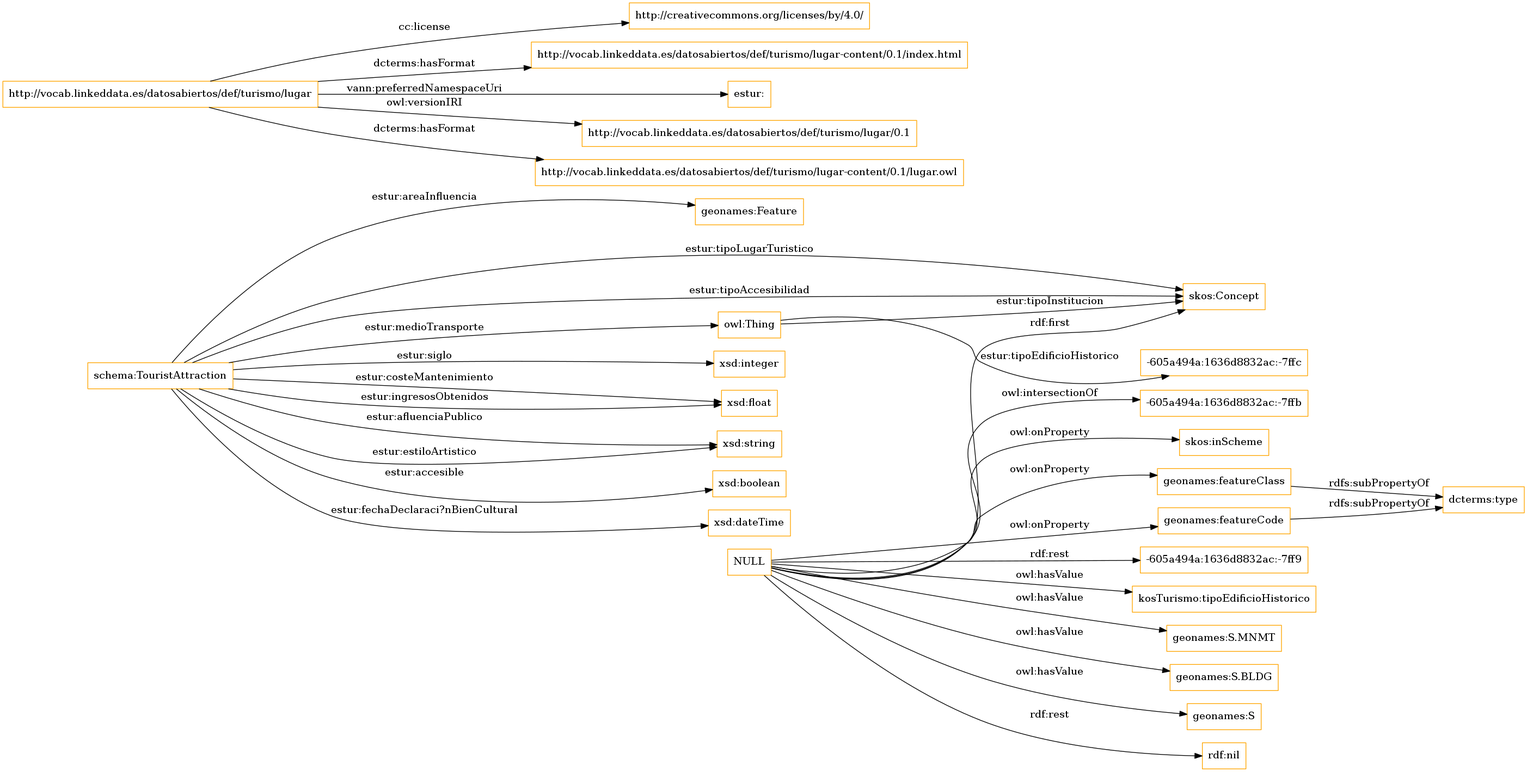
Above: OnToology/lugar.owl/diagrams/ar2dtool-class/lugar.owl.png in ma-garcia/cultura-ocio-lugares-interes (Graphviz), before the change. Its source is kept beside it as OnToology/lugar.owl/diagrams/ar2dtool-class/lugar.owl.png.dot.
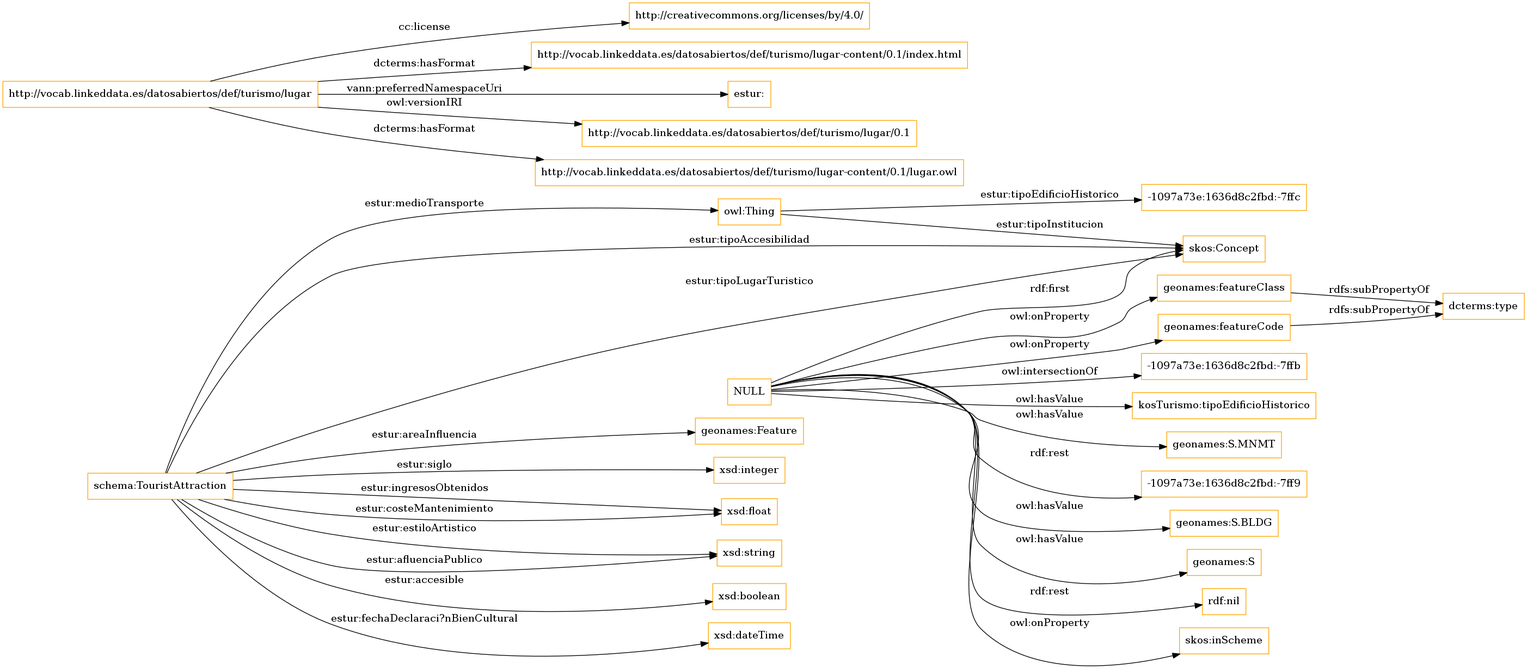
The same file after the commit.

Diff of the diagram source:
```diff
@@ -1,7 +1,7 @@
 digraph ar2dtool_diagram {
 rankdir=LR;
 size="1501"
-node [shape = rectangle, color="orange"]; "geonames:Feature" "schema:TouristAttraction" "-605a494a:1636d8832ac:-7ffc" "skos:Concept" ; /*classes style*/
+node [shape = rectangle, color="orange"]; "-1097a73e:1636d8c2fbd:-7ffc" "geonames:Feature" "schema:TouristAttraction" "skos:Concept" ; /*classes style*/
 	"http://vocab.linkeddata.es/datosabiertos/def/turismo/lugar" -> "http://creativecommons.org/licenses/by/4.0/" [ label = "cc:license" ];
 	"http://vocab.linkeddata.es/datosabiertos/def/turismo/lugar" -> "http://vocab.linkeddata.es/datosabiertos/def/turismo/lugar-content/0.1/index.html" [ label = "dcterms:hasFormat" ];
 	"http://vocab.linkeddata.es/datosabiertos/def/turismo/lugar" -> "estur:" [ label = "vann:preferredNamespaceUri" ];
@@ -9,19 +9,19 @@
 	"http://vocab.linkeddata.es/datosabiertos/def/turismo/lugar" -> "http://vocab.linkeddata.es/datosabiertos/def/turismo/lugar-content/0.1/lugar.owl" [ label = "dcterms:hasFormat" ];
 	"geonames:featureClass" -> "dcterms:type" [ label = "rdfs:subPropertyOf" ];
 	"NULL" -> "geonames:featureCode" [ label = "owl:onProperty" ];
-	"NULL" -> "-605a494a:1636d8832ac:-7ff9" [ label = "rdf:rest" ];
+	"NULL" -> "-1097a73e:1636d8c2fbd:-7ffb" [ label = "owl:intersectionOf" ];
 	"NULL" -> "kosTurismo:tipoEdificioHistorico" [ label = "owl:hasValue" ];
 	"NULL" -> "geonames:S.MNMT" [ label = "owl:hasValue" ];
+	"NULL" -> "-1097a73e:1636d8c2fbd:-7ff9" [ label = "rdf:rest" ];
 	"NULL" -> "skos:Concept" [ label = "rdf:first" ];
 	"NULL" -> "geonames:S.BLDG" [ label = "owl:hasValue" ];
 	"NULL" -> "geonames:S" [ label = "owl:hasValue" ];
 	"NULL" -> "rdf:nil" [ label = "rdf:rest" ];
-	"NULL" -> "-605a494a:1636d8832ac:-7ffb" [ label = "owl:intersectionOf" ];
 	"NULL" -> "geonames:featureClass" [ label = "owl:onProperty" ];
 	"NULL" -> "skos:inScheme" [ label = "owl:onProperty" ];
 	"geonames:featureCode" -> "dcterms:type" [ label = "rdfs:subPropertyOf" ];
 	"schema:TouristAttraction" -> "owl:Thing" [ label = "estur:medioTransporte" ];
-	"owl:Thing" -> "-605a494a:1636d8832ac:-7ffc" [ label = "estur:tipoEdificioHistorico" ];
+	"owl:Thing" -> "-1097a73e:1636d8c2fbd:-7ffc" [ label = "estur:tipoEdificioHistorico" ];
 	"owl:Thing" -> "skos:Concept" [ label = "estur:tipoInstitucion" ];
 	"schema:TouristAttraction" -> "xsd:integer" [ label = "estur:siglo" ];
 	"schema:TouristAttraction" -> "geonames:Feature" [ label = "estur:areaInfluencia" ];
```
